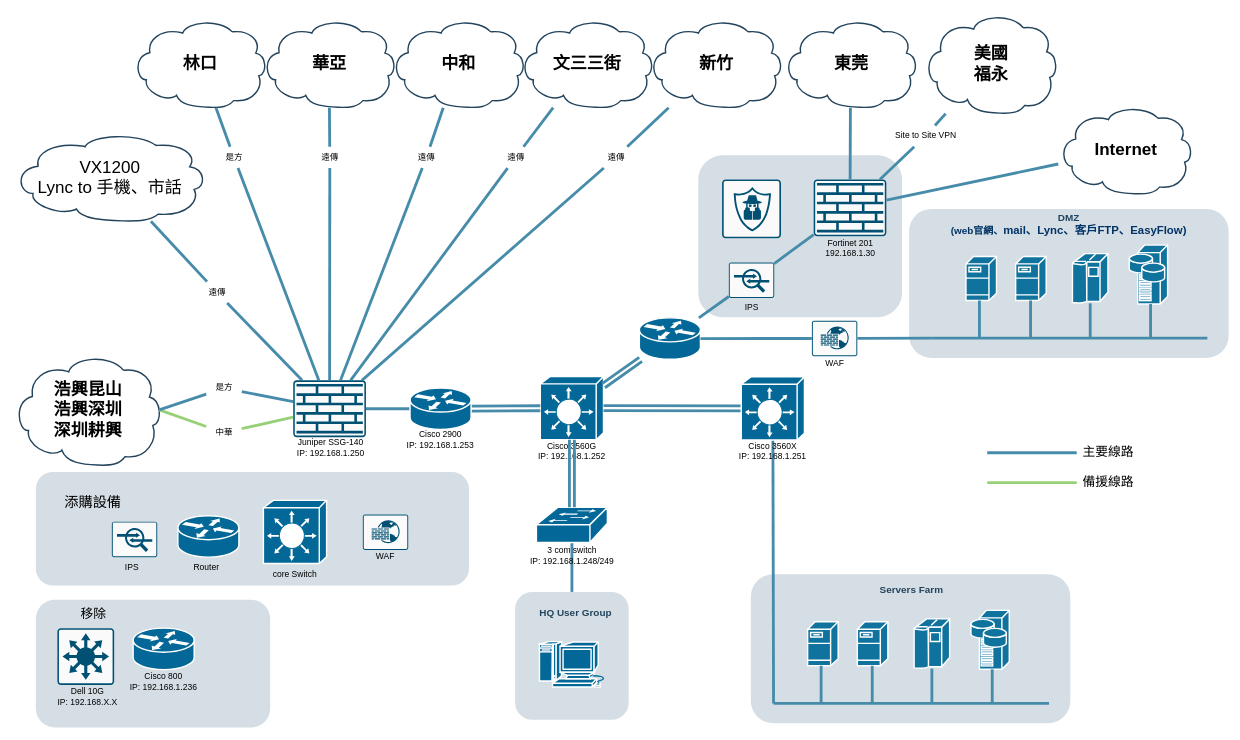
This is HQ-V2.drawio from KevinKuo2519/AI-Prpgram, a draw.io file, before an edit. Source tidied: cells renumbered, new cells numbered last; positions are measured from the earlier drawing's top-left corner, leaving out a move shared by most shapes. Both pictures are drawn from the tidied source at 71%, with x=0, y=0 at pixel (13, 13).
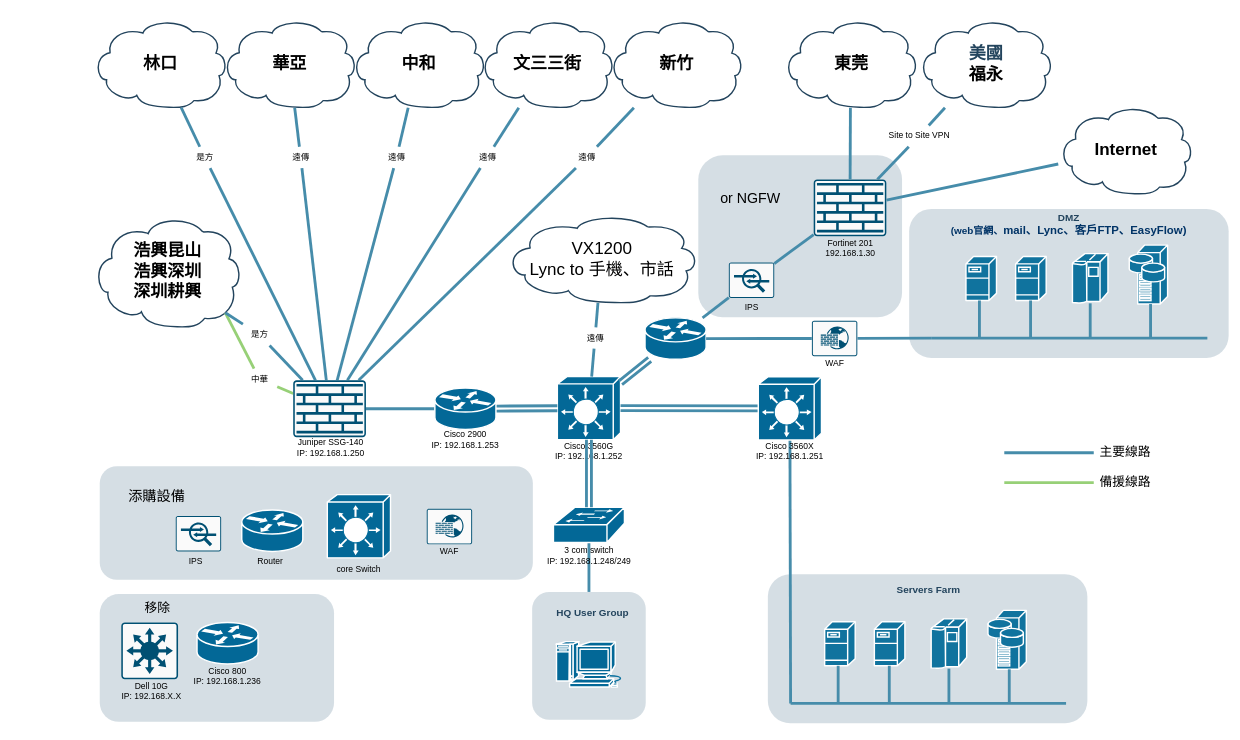
The same diagram, later.

The change refers to these unchanged cells:
```xml
<mxCell id="18" style="shape=mxgraph.cisco.switches.layer_3_switch;sketch=0;html=1;dashed=0;fillColor=#036897;strokeColor=#ffffff;strokeWidth=2;verticalLabelPosition=bottom;verticalAlign=top;align=center;outlineConnect=0;points=[[0,0.25,0,0,0],[0,0.5,0,0,0],[0,0.76,0,0,0],[0,1,0,0,0],[0.07,0,0,0,0],[0.29,0,0,0,0],[0.5,0,0,0,0],[0.5,1,0,0,0],[0.75,0,0,0,0],[0.95,0.94,0,0,0],[1,0,0,0,0],[1,0.5,0,0,0]];" parent="17" vertex="1">
  <mxGeometry x="10.5" width="89" height="89" as="geometry" />
</mxCell>
<mxCell id="128" style="sketch=0;points=[[0.015,0.015,0],[0.985,0.015,0],[0.985,0.985,0],[0.015,0.985,0],[0.25,0,0],[0.5,0,0],[0.75,0,0],[1,0.25,0],[1,0.5,0],[1,0.75,0],[0.75,1,0],[0.5,1,0],[0.25,1,0],[0,0.75,0],[0,0.5,0],[0,0.25,0]];verticalLabelPosition=bottom;html=1;verticalAlign=top;align=center;shape=mxgraph.cisco19.rect;prIcon=firewall;fillColor=#FAFAFA;strokeColor=#005073;" parent="127" vertex="1">
  <mxGeometry width="102.4" height="80" as="geometry" />
</mxCell>
```

Change to the diagram source:
```diff
@@
     <mxCell id="3" style="rounded=1;whiteSpace=wrap;html=1;strokeColor=none;fillColor=#BAC8D3;fontSize=24;fontColor=#23445D;align=center;opacity=60;" parent="1" vertex="1">
-      <mxGeometry x="32" y="646.2" width="610" height="160" as="geometry" />
+      <mxGeometry x="122" y="638.2" width="610" height="160" as="geometry" />
     </mxCell>
     <mxCell id="4" style="group;" parent="1" vertex="1">
-      <mxGeometry x="1039" y="790.2" width="450" height="210" as="geometry" />
+      <mxGeometry x="1063" y="790.2" width="450" height="210" as="geometry" />
     </mxCell>
@@
     <mxCell id="17" style="group;" parent="1" vertex="1">
-      <mxGeometry x="732" y="511.8" width="110" height="120" as="geometry" />
+      <mxGeometry x="756" y="511.8" width="110" height="120" as="geometry" />
     </mxCell>
@@
     <mxCell id="35" value="&lt;p style=&quot;margin-top: 0pt; margin-bottom: 0pt; margin-left: 0in; direction: ltr; unicode-bidi: embed; word-break: normal; font-size: 23px;&quot;&gt;&lt;/p&gt;&lt;p style=&quot;margin-top: 0pt; margin-bottom: 0pt; margin-left: 0in; direction: ltr; unicode-bidi: embed; word-break: normal;&quot;&gt;&lt;span style=&quot;background-color: initial; font-size: 18pt; color: rgb(0, 0, 0);&quot;&gt;林口&lt;/span&gt;&lt;br&gt;&lt;/p&gt;" style="shape=mxgraph.cisco.storage.cloud;html=1;dashed=0;strokeColor=#23445D;fillColor=#ffffff;strokeWidth=2;fontFamily=Helvetica;fontSize=24;fontColor=#23445D;align=center;fontStyle=1;" parent="1" vertex="1">
-      <mxGeometry x="168" y="8.2" width="190" height="125" as="geometry" />
+      <mxGeometry x="112" y="8.2" width="190" height="125" as="geometry" />
     </mxCell>
@@
     <mxCell id="37" value="&lt;p style=&quot;margin-top: 0pt; margin-bottom: 0pt; margin-left: 0in; direction: ltr; unicode-bidi: embed; word-break: normal; font-size: 24px;&quot;&gt;&lt;br&gt;&lt;/p&gt;" style="text;html=1;align=center;verticalAlign=middle;strokeColor=none;fillColor=none;" parent="1" vertex="1">
-      <mxGeometry x="751.5" y="688.2" width="20" height="40" as="geometry" />
+      <mxGeometry x="775.5" y="688.2" width="20" height="40" as="geometry" />
     </mxCell>
@@
-    <mxCell id="39" style="rounded=1;jettySize=auto;html=1;strokeColor=#468CAA;strokeWidth=4;endArrow=none;endFill=0;" parent="1" edge="1" source="85" target="128">
+    <mxCell id="39" style="rounded=1;jettySize=auto;html=1;strokeColor=#468CAA;strokeWidth=4;endArrow=none;endFill=0;" parent="1" edge="1" source="85" target="18">
       <mxGeometry relative="1" as="geometry" />
     </mxCell>
     <mxCell id="40" value="&lt;p style=&quot;margin-top: 0pt; margin-bottom: 0pt; margin-left: 0in; direction: ltr; unicode-bidi: embed; word-break: normal; font-size: 23px;&quot;&gt;&lt;/p&gt;&lt;p style=&quot;border-color: var(--border-color); color: rgb(0, 0, 0); font-weight: 400; margin-top: 0pt; margin-bottom: 0pt; margin-left: 0in; direction: ltr; unicode-bidi: embed; word-break: normal;&quot;&gt;&lt;font style=&quot;border-color: var(--border-color);&quot;&gt;VX1200&lt;/font&gt;&lt;/p&gt;&lt;p style=&quot;border-color: var(--border-color); color: rgb(0, 0, 0); font-weight: 400; margin-top: 0pt; margin-bottom: 0pt; margin-left: 0in; direction: ltr; unicode-bidi: embed; word-break: normal;&quot;&gt;&lt;font style=&quot;border-color: var(--border-color);&quot;&gt;Lync to&amp;nbsp;&lt;span style=&quot;border-color: var(--border-color); font-family: 微軟正黑體;&quot;&gt;手機、市話&lt;/span&gt;&lt;/font&gt;&lt;/p&gt;" style="shape=mxgraph.cisco.storage.cloud;html=1;dashed=0;strokeColor=#23445D;fillColor=#ffffff;strokeWidth=2;fontFamily=Helvetica;fontSize=24;fontColor=#23445D;align=center;fontStyle=1;" parent="1" vertex="1">
-      <mxGeometry y="168.2" width="272" height="125" as="geometry" />
+      <mxGeometry x="693" y="283.2" width="272" height="125" as="geometry" />
     </mxCell>
     <mxCell id="41" style="group;" parent="1" vertex="1">
-      <mxGeometry x="724.8" y="696" width="124.5" height="83" as="geometry" />
+      <mxGeometry x="748.8" y="696" width="124.5" height="83" as="geometry" />
     </mxCell>
@@
     <mxCell id="45" style="group;" parent="1" vertex="1">
-      <mxGeometry x="707" y="815.2" width="160" height="180" as="geometry" />
+      <mxGeometry x="731" y="815.2" width="160" height="180" as="geometry" />
     </mxCell>
@@
     <mxCell id="49" style="group;" parent="1" vertex="1">
-      <mxGeometry x="1015" y="512.2" width="110" height="120" as="geometry" />
+      <mxGeometry x="1039" y="512.2" width="110" height="120" as="geometry" />
     </mxCell>
@@
-    <mxCell id="53" value="&lt;p style=&quot;margin-top: 0pt; margin-bottom: 0pt; margin-left: 0in; direction: ltr; unicode-bidi: embed; word-break: normal; font-size: 23px;&quot;&gt;&lt;/p&gt;&lt;p style=&quot;margin-top: 0pt; margin-bottom: 0pt; margin-left: 0in; direction: ltr; unicode-bidi: embed; word-break: normal;&quot;&gt;&lt;span style=&quot;font-size: 18pt; color: rgb(0, 0, 0); background-color: initial;&quot;&gt;美國&lt;/span&gt;&lt;br&gt;&lt;/p&gt;&lt;p style=&quot;margin-top: 0pt; margin-bottom: 0pt; margin-left: 0in; direction: ltr; unicode-bidi: embed; word-break: normal;&quot;&gt;&lt;span style=&quot;color: rgb(0, 0, 0); font-size: 18pt; background-color: initial;&quot;&gt;福永&lt;/span&gt;&lt;font color=&quot;#000000&quot;&gt;&lt;br&gt;&lt;/font&gt;&lt;/p&gt;" style="shape=mxgraph.cisco.storage.cloud;html=1;dashed=0;strokeColor=#23445D;fillColor=#ffffff;strokeWidth=2;fontFamily=Helvetica;fontSize=24;fontColor=#23445D;align=center;fontStyle=1;" parent="1" vertex="1">
-      <mxGeometry x="1282" width="190" height="141.5" as="geometry" />
-    </mxCell>
@@
     <mxCell id="55" value="&lt;p style=&quot;margin-top: 0pt; margin-bottom: 0pt; margin-left: 0in; direction: ltr; unicode-bidi: embed; word-break: normal; font-size: 23px;&quot;&gt;&lt;/p&gt;&lt;p style=&quot;margin-top: 0pt; margin-bottom: 0pt; margin-left: 0in; direction: ltr; unicode-bidi: embed; word-break: normal;&quot;&gt;&lt;font style=&quot;background-color: initial;&quot; color=&quot;#000000&quot;&gt;&lt;span style=&quot;font-size: 18pt; font-family: 微軟正黑體;&quot;&gt;浩興昆山&lt;/span&gt;&lt;/font&gt;&lt;br&gt;&lt;/p&gt;&lt;p style=&quot;margin-top: 0pt; margin-bottom: 0pt; margin-left: 0in; direction: ltr; unicode-bidi: embed; word-break: normal;&quot;&gt;&lt;span style=&quot;font-family: 微軟正黑體; font-size: 18pt; color: rgb(0, 0, 0); background-color: initial;&quot;&gt;浩興深圳&lt;/span&gt;&lt;/p&gt;&lt;p style=&quot;margin-top: 0pt; margin-bottom: 0pt; margin-left: 0in; direction: ltr; unicode-bidi: embed; word-break: normal;&quot;&gt;&lt;span style=&quot;color: rgb(0, 0, 0); background-color: initial; font-size: 18pt; font-family: 微軟正黑體;&quot;&gt;深圳耕興&lt;/span&gt;&lt;br&gt;&lt;/p&gt;" style="shape=mxgraph.cisco.storage.cloud;html=1;dashed=0;strokeColor=#23445D;fillColor=#ffffff;strokeWidth=2;fontFamily=Helvetica;fontSize=24;fontColor=#23445D;align=center;fontStyle=1;" parent="1" vertex="1">
-      <mxGeometry y="480.3" width="210" height="157" as="geometry" />
+      <mxGeometry x="112" y="285.5" width="210" height="157" as="geometry" />
     </mxCell>
@@
     <mxCell id="59" style="group;" parent="1" vertex="1">
-      <mxGeometry x="1372" y="640.2" width="220" height="40" as="geometry" />
+      <mxGeometry x="1396" y="640.2" width="220" height="40" as="geometry" />
     </mxCell>
@@
     <mxCell id="62" style="group;" parent="1" vertex="1">
-      <mxGeometry x="1372" y="598.2" width="220" height="40" as="geometry" />
+      <mxGeometry x="1396" y="598.2" width="220" height="40" as="geometry" />
     </mxCell>
@@
     <mxCell id="67" value="&lt;p style=&quot;margin-top: 0pt; margin-bottom: 0pt; margin-left: 0in; direction: ltr; unicode-bidi: embed; word-break: normal; font-size: 23px;&quot;&gt;&lt;/p&gt;&lt;p style=&quot;margin-top: 0pt; margin-bottom: 0pt; margin-left: 0in; direction: ltr; unicode-bidi: embed; word-break: normal;&quot;&gt;&lt;font color=&quot;#000000&quot;&gt;華亞&lt;/font&gt;&lt;/p&gt;" style="shape=mxgraph.cisco.storage.cloud;html=1;dashed=0;strokeColor=#23445D;fillColor=#ffffff;strokeWidth=2;fontFamily=Helvetica;fontSize=24;fontColor=#23445D;align=center;fontStyle=1;" parent="1" vertex="1">
-      <mxGeometry x="350" y="8.2" width="190" height="125" as="geometry" />
+      <mxGeometry x="294" y="8.2" width="190" height="125" as="geometry" />
     </mxCell>
     <mxCell id="68" value="&lt;p style=&quot;margin-top: 0pt; margin-bottom: 0pt; margin-left: 0in; direction: ltr; unicode-bidi: embed; word-break: normal; font-size: 23px;&quot;&gt;&lt;/p&gt;&lt;p style=&quot;margin-top: 0pt; margin-bottom: 0pt; margin-left: 0in; direction: ltr; unicode-bidi: embed; word-break: normal;&quot;&gt;&lt;font color=&quot;#000000&quot;&gt;中和&lt;/font&gt;&lt;/p&gt;" style="shape=mxgraph.cisco.storage.cloud;html=1;dashed=0;strokeColor=#23445D;fillColor=#ffffff;strokeWidth=2;fontFamily=Helvetica;fontSize=24;fontColor=#23445D;align=center;fontStyle=1;" parent="1" vertex="1">
-      <mxGeometry x="532" y="8.2" width="190" height="125" as="geometry" />
+      <mxGeometry x="476" y="8.2" width="190" height="125" as="geometry" />
     </mxCell>
     <mxCell id="69" value="&lt;p style=&quot;margin-top: 0pt; margin-bottom: 0pt; margin-left: 0in; direction: ltr; unicode-bidi: embed; word-break: normal; font-size: 23px;&quot;&gt;&lt;/p&gt;&lt;p style=&quot;margin-top: 0pt; margin-bottom: 0pt; margin-left: 0in; direction: ltr; unicode-bidi: embed; word-break: normal;&quot;&gt;&lt;span style=&quot;background-color: initial; font-size: 18pt; color: rgb(0, 0, 0);&quot;&gt;文三三街&lt;/span&gt;&lt;br&gt;&lt;/p&gt;" style="shape=mxgraph.cisco.storage.cloud;html=1;dashed=0;strokeColor=#23445D;fillColor=#ffffff;strokeWidth=2;fontFamily=Helvetica;fontSize=24;fontColor=#23445D;align=center;fontStyle=1;" parent="1" vertex="1">
-      <mxGeometry x="713" y="8.2" width="190" height="125" as="geometry" />
+      <mxGeometry x="657" y="8.2" width="190" height="125" as="geometry" />
     </mxCell>
     <mxCell id="70" value="&lt;p style=&quot;margin-top: 0pt; margin-bottom: 0pt; margin-left: 0in; direction: ltr; unicode-bidi: embed; word-break: normal; font-size: 23px;&quot;&gt;&lt;/p&gt;&lt;p style=&quot;margin-top: 0pt; margin-bottom: 0pt; margin-left: 0in; direction: ltr; unicode-bidi: embed; word-break: normal;&quot;&gt;&lt;span style=&quot;background-color: initial; font-size: 18pt; color: rgb(0, 0, 0);&quot;&gt;新竹&lt;/span&gt;&lt;br&gt;&lt;/p&gt;" style="shape=mxgraph.cisco.storage.cloud;html=1;dashed=0;strokeColor=#23445D;fillColor=#ffffff;strokeWidth=2;fontFamily=Helvetica;fontSize=24;fontColor=#23445D;align=center;fontStyle=1;" parent="1" vertex="1">
-      <mxGeometry x="894.5" y="8.2" width="190" height="125" as="geometry" />
+      <mxGeometry x="838.5" y="8.2" width="190" height="125" as="geometry" />
     </mxCell>
@@
-    <mxCell id="80" style="rounded=1;jettySize=auto;html=1;exitX=0.98;exitY=0.5;exitDx=0;exitDy=0;exitPerimeter=0;endArrow=none;endFill=0;strokeColor=#97D077;strokeWidth=4;" parent="1" edge="1" source="55" target="81">
+    <mxCell id="80" style="rounded=1;jettySize=auto;html=1;endArrow=none;endFill=0;strokeColor=#97D077;strokeWidth=4;exitX=0.89;exitY=0.87;exitDx=0;exitDy=0;exitPerimeter=0;" parent="1" edge="1" source="55" target="81">
       <mxGeometry relative="1" as="geometry" />
     </mxCell>
     <mxCell id="81" value="中華" style="text;html=1;align=center;verticalAlign=middle;points=[];strokeColor=none;fillColor=none;" parent="1" vertex="1">
-      <mxGeometry x="272" y="576" width="50" height="30" as="geometry" />
+      <mxGeometry x="322" y="500.7" width="50" height="30" as="geometry" />
     </mxCell>
-    <mxCell id="82" style="rounded=1;jettySize=auto;html=1;exitX=0.98;exitY=0.5;exitDx=0;exitDy=0;exitPerimeter=0;endArrow=none;endFill=0;strokeColor=#468CAA;strokeWidth=4;" parent="1" edge="1" source="55" target="83">
+    <mxCell id="82" style="rounded=1;jettySize=auto;html=1;endArrow=none;endFill=0;strokeColor=#468CAA;strokeWidth=4;exitX=0.89;exitY=0.87;exitDx=0;exitDy=0;exitPerimeter=0;" parent="1" edge="1" source="55" target="83">
       <mxGeometry relative="1" as="geometry" />
     </mxCell>
     <mxCell id="83" value="是方" style="text;html=1;align=center;verticalAlign=middle;points=[];strokeColor=none;fillColor=none;" parent="1" vertex="1">
-      <mxGeometry x="272" y="513.2" width="50" height="30" as="geometry" />
+      <mxGeometry x="322" y="438" width="50" height="30" as="geometry" />
     </mxCell>
@@
     <mxCell id="85" value="遠傳" style="text;html=1;align=center;verticalAlign=middle;points=[];strokeColor=none;fillColor=none;" parent="1" vertex="1">
-      <mxGeometry x="262" y="378.2" width="50" height="30" as="geometry" />
+      <mxGeometry x="794.5" y="442.5" width="50" height="30" as="geometry" />
     </mxCell>
@@
     <mxCell id="87" value="是方" style="text;html=1;align=center;verticalAlign=middle;points=[];strokeColor=none;fillColor=none;" parent="1" vertex="1">
-      <mxGeometry x="286" y="188.2" width="50" height="30" as="geometry" />
+      <mxGeometry x="245" y="188.2" width="50" height="30" as="geometry" />
     </mxCell>
@@
     <mxCell id="89" value="遠傳" style="text;html=1;align=center;verticalAlign=middle;points=[];strokeColor=none;fillColor=none;" parent="1" vertex="1">
-      <mxGeometry x="421" y="188.2" width="50" height="30" as="geometry" />
+      <mxGeometry x="380" y="188.2" width="50" height="30" as="geometry" />
     </mxCell>
@@
     <mxCell id="91" value="遠傳" style="text;html=1;align=center;verticalAlign=middle;points=[];strokeColor=none;fillColor=none;" parent="1" vertex="1">
-      <mxGeometry x="557" y="188.2" width="50" height="30" as="geometry" />
+      <mxGeometry x="515" y="188.2" width="50" height="30" as="geometry" />
     </mxCell>
@@
     <mxCell id="93" value="遠傳" style="text;html=1;align=center;verticalAlign=middle;points=[];strokeColor=none;fillColor=none;" parent="1" vertex="1">
-      <mxGeometry x="682.5" y="188.2" width="50" height="30" as="geometry" />
+      <mxGeometry x="642.5" y="188.2" width="50" height="30" as="geometry" />
     </mxCell>
@@
     <mxCell id="95" value="遠傳" style="text;html=1;align=center;verticalAlign=middle;points=[];strokeColor=none;fillColor=none;" parent="1" vertex="1">
-      <mxGeometry x="824" y="188.2" width="50" height="30" as="geometry" />
+      <mxGeometry x="783" y="188.2" width="50" height="30" as="geometry" />
     </mxCell>
@@
     <mxCell id="98" style="shape=mxgraph.cisco.routers.router;sketch=0;html=1;dashed=0;fillColor=#036897;strokeColor=#ffffff;strokeWidth=2;verticalLabelPosition=bottom;verticalAlign=top;align=center;outlineConnect=0;" parent="1" vertex="1">
-      <mxGeometry x="882" y="429.2" width="86" height="58.4" as="geometry" />
+      <mxGeometry x="890" y="429.2" width="86" height="58.4" as="geometry" />
     </mxCell>
@@
     <mxCell id="100" style="sketch=0;verticalLabelPosition=bottom;html=1;verticalAlign=top;align=center;shape=mxgraph.cisco19.rect;prIcon=ips_ids;fillColor=#FAFAFA;strokeColor=#005073;" parent="1" vertex="1">
-      <mxGeometry x="139" y="716.2" width="64" height="50" as="geometry" />
+      <mxGeometry x="229" y="708.2" width="64" height="50" as="geometry" />
     </mxCell>
     <mxCell id="101" style="shape=mxgraph.cisco.routers.router;sketch=0;html=1;dashed=0;fillColor=#036897;strokeColor=#ffffff;strokeWidth=2;verticalLabelPosition=bottom;verticalAlign=top;align=center;" parent="1" vertex="1">
-      <mxGeometry x="232" y="707.8" width="86" height="58.4" as="geometry" />
+      <mxGeometry x="322" y="699.8" width="86" height="58.4" as="geometry" />
     </mxCell>
     <mxCell id="102" value="&lt;font style=&quot;font-size: 20px;&quot;&gt;添購設備&lt;/font&gt;" style="text;html=1;align=center;verticalAlign=middle;strokeColor=none;fillColor=none;" parent="1" vertex="1">
-      <mxGeometry x="62" y="667.8" width="100" height="40" as="geometry" />
+      <mxGeometry x="152" y="659.8" width="100" height="40" as="geometry" />
     </mxCell>
     <mxCell id="103" value="IPS" style="text;html=1;strokeColor=none;fillColor=none;align=center;verticalAlign=middle;whiteSpace=wrap;rounded=0;" parent="1" vertex="1">
-      <mxGeometry x="115" y="766.2" width="105" height="30" as="geometry" />
+      <mxGeometry x="205" y="758.2" width="105" height="30" as="geometry" />
     </mxCell>
     <mxCell id="104" value="Router" style="text;html=1;strokeColor=none;fillColor=none;align=center;verticalAlign=middle;whiteSpace=wrap;rounded=0;" parent="1" vertex="1">
-      <mxGeometry x="220" y="766.2" width="105" height="30" as="geometry" />
+      <mxGeometry x="310" y="758.2" width="105" height="30" as="geometry" />
     </mxCell>
     <mxCell id="105" style="group;" parent="1" vertex="1">
-      <mxGeometry x="342" y="686.2" width="110" height="120" as="geometry" />
+      <mxGeometry x="432" y="678.2" width="110" height="120" as="geometry" />
     </mxCell>
@@
-    <mxCell id="108" style="sketch=0;verticalLabelPosition=bottom;html=1;verticalAlign=top;align=center;shape=mxgraph.cisco19.rect;prIcon=next_generation_intrusion_prevention_system;fillColor=#FAFAFA;strokeColor=#005073;" parent="1" vertex="1">
-      <mxGeometry x="998.5" y="234.2" width="83" height="83" as="geometry" />
-    </mxCell>
@@
     <mxCell id="113" style="group;" parent="1" vertex="1">
-      <mxGeometry x="472" y="706.2" width="105" height="75" as="geometry" />
+      <mxGeometry x="562" y="698.2" width="105" height="75" as="geometry" />
     </mxCell>
@@
     <mxCell id="117" value="Site to Site VPN" style="text;html=1;align=center;verticalAlign=middle;points=[];strokeColor=none;fillColor=none;" parent="1" vertex="1">
-      <mxGeometry x="1229.9" y="158.2" width="110" height="30" as="geometry" />
+      <mxGeometry x="1220.9" y="158.2" width="110" height="30" as="geometry" />
     </mxCell>
@@
     <mxCell id="119" style="rounded=1;whiteSpace=wrap;html=1;strokeColor=none;fillColor=#BAC8D3;fontSize=24;fontColor=#23445D;align=center;opacity=60;" parent="1" vertex="1">
-      <mxGeometry x="32" y="826.2" width="330" height="180" as="geometry" />
+      <mxGeometry x="122" y="818.2" width="330" height="180" as="geometry" />
     </mxCell>
     <mxCell id="120" style="group;" parent="1" vertex="1">
-      <mxGeometry x="52" y="866.2" width="257.8" height="135.7" as="geometry" />
+      <mxGeometry x="142" y="858.2" width="257.8" height="135.7" as="geometry" />
     </mxCell>
@@
     <mxCell id="123" value="Dell 10G&lt;br&gt;IP: 192.168.X.X" style="text;html=1;strokeColor=none;fillColor=none;align=center;verticalAlign=middle;whiteSpace=wrap;rounded=0;" parent="1" vertex="1">
-      <mxGeometry x="12" y="948.2" width="185.6" height="30" as="geometry" />
+      <mxGeometry x="102" y="940.2" width="185.6" height="30" as="geometry" />
     </mxCell>
     <mxCell id="124" style="group;" parent="1" vertex="1">
-      <mxGeometry x="162" y="866.2" width="100" height="91" as="geometry" />
+      <mxGeometry x="252" y="858.2" width="100" height="91" as="geometry" />
     </mxCell>
@@
     <mxCell id="130" style="group;" parent="1" vertex="1">
-      <mxGeometry x="552" y="528" width="100" height="88.4" as="geometry" />
+      <mxGeometry x="587" y="528" width="100" height="88.4" as="geometry" />
     </mxCell>
@@
+    <mxCell id="133" value="&lt;font style=&quot;font-size: 20px;&quot;&gt;or NGFW&lt;/font&gt;" style="text;html=1;align=center;verticalAlign=middle;strokeColor=none;fillColor=none;" parent="1" vertex="1">
+      <mxGeometry x="982.5" y="240" width="110" height="40" as="geometry" />
+    </mxCell>
+    <mxCell id="53" value="&lt;p style=&quot;margin-top: 0pt; margin-bottom: 0pt; margin-left: 0in; direction: ltr; unicode-bidi: embed; word-break: normal; font-size: 23px;&quot;&gt;&lt;/p&gt;&lt;p style=&quot;border-color: var(--border-color); margin-top: 0pt; margin-bottom: 0pt; margin-left: 0in; direction: ltr; unicode-bidi: embed; word-break: normal;&quot;&gt;美國&lt;br style=&quot;border-color: var(--border-color);&quot;&gt;&lt;/p&gt;&lt;p style=&quot;border-color: var(--border-color); margin-top: 0pt; margin-bottom: 0pt; margin-left: 0in; direction: ltr; unicode-bidi: embed; word-break: normal;&quot;&gt;&lt;span style=&quot;border-color: var(--border-color); color: rgb(0, 0, 0); font-size: 18pt; background-color: initial;&quot;&gt;福永&lt;/span&gt;&lt;/p&gt;" style="shape=mxgraph.cisco.storage.cloud;html=1;dashed=0;strokeColor=#23445D;fillColor=#ffffff;strokeWidth=2;fontFamily=Helvetica;fontSize=24;fontColor=#23445D;align=center;fontStyle=1;" parent="1" vertex="1">
+      <mxGeometry x="1274.5" y="8.2" width="190" height="125" as="geometry" />
+    </mxCell>
```
